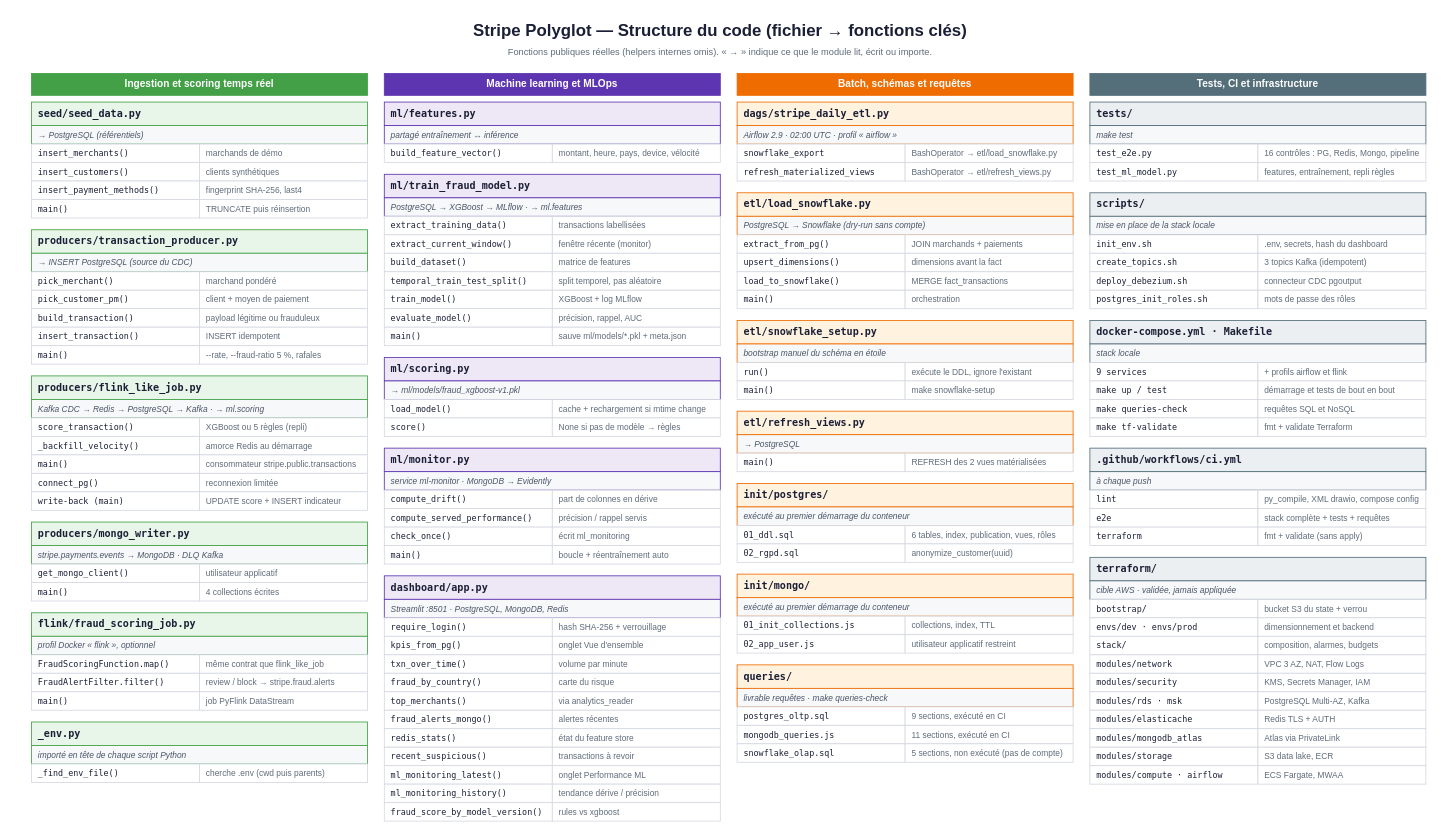
Before: presentation/stripe_code_structure.drawio in PDUCLOS/BLOC2-STRIPE, a draw.io diagram. Source tidied: cells renumbered, new cells numbered last; positions are measured from the earlier drawing's top-left corner, leaving out a move shared by most shapes. Both pictures are drawn from the tidied source at 84%, with x=0, y=0 at pixel (14, 14).
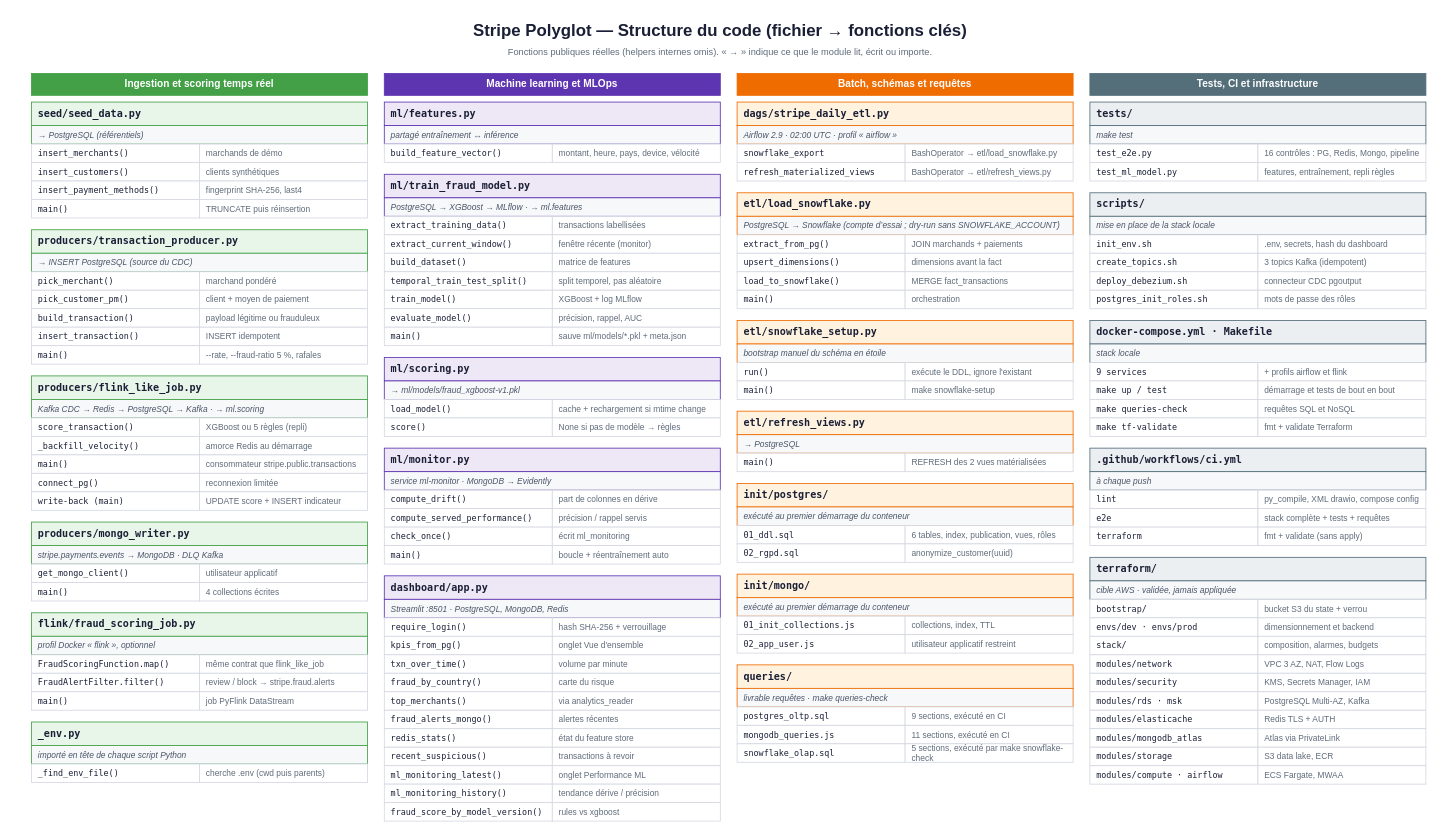
The same diagram, later.

What changed in the source:
```diff
@@
-    <mxCell id="126" value="PostgreSQL → Snowflake (dry-run sans compte)" style="rounded=0;whiteSpace=wrap;html=1;fillColor=#f7f8fa;strokeColor=#ef6c00;fontSize=10;fontColor=#4a5568;align=left;verticalAlign=middle;arcSize=6;fontStyle=2;spacingLeft=6;spacingRight=6;" parent="1" vertex="1">
+    <mxCell id="126" value="PostgreSQL → Snowflake (compte d’essai ; dry-run sans SNOWFLAKE_ACCOUNT)" style="rounded=0;whiteSpace=wrap;html=1;fillColor=#f7f8fa;strokeColor=#ef6c00;fontSize=10;fontColor=#4a5568;align=left;verticalAlign=middle;arcSize=6;fontStyle=2;spacingLeft=6;spacingRight=6;" parent="1" vertex="1">
       <mxGeometry x="860" y="240" width="400" height="22" as="geometry" />
     </mxCell>
@@
-    <mxCell id="164" value="5 sections, non exécuté (pas de compte)" style="rounded=0;whiteSpace=wrap;html=1;fillColor=#ffffff;strokeColor=#d5d8e3;fontSize=10;fontColor=#5f6b7a;align=left;verticalAlign=middle;arcSize=6;fontStyle=0;spacingLeft=6;spacingRight=6;" parent="1" vertex="1">
+    <mxCell id="164" value="5 sections, exécuté par make snowflake-check" style="rounded=0;whiteSpace=wrap;html=1;fillColor=#ffffff;strokeColor=#d5d8e3;fontSize=10;fontColor=#5f6b7a;align=left;verticalAlign=middle;arcSize=6;fontStyle=0;spacingLeft=6;spacingRight=6;" parent="1" vertex="1">
       <mxGeometry x="1060" y="868" width="200" height="22" as="geometry" />
     </mxCell>
```
